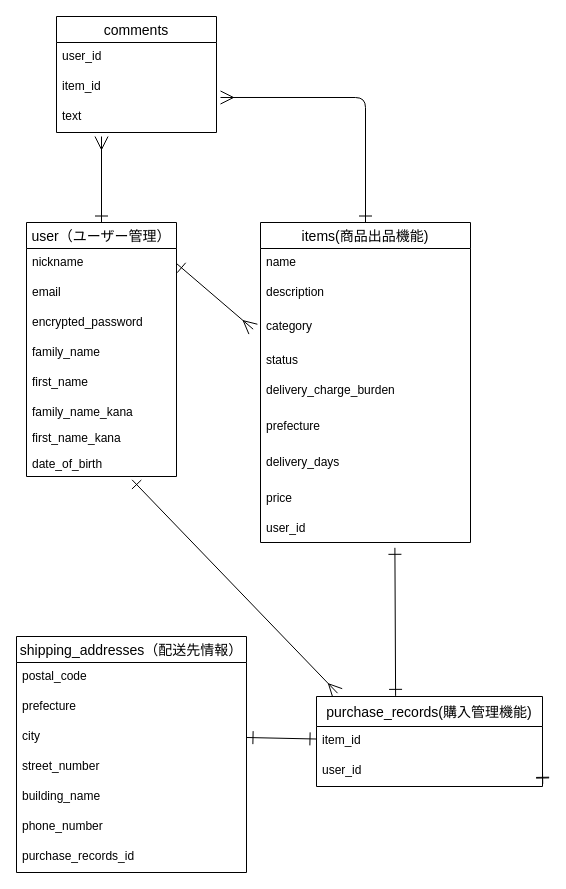
Earlier version of the draw.io diagram datebase.dio (miho0434/furima-38262). Source tidied: cells renumbered, new cells numbered last; positions are measured from the earlier drawing's top-left corner, leaving out a move shared by most shapes. Both pictures are drawn from the tidied source at 100%, with x=0, y=0 at pixel (16, 16).
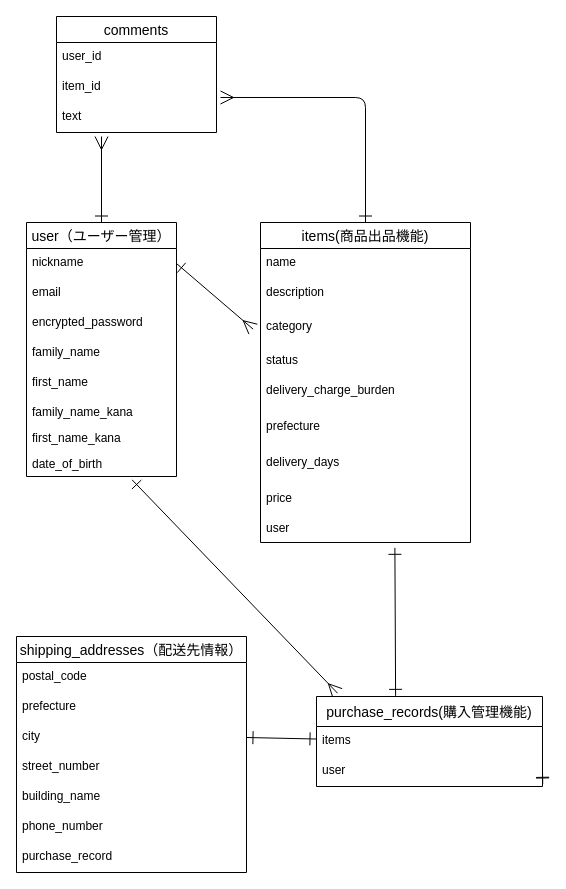
Above is the later version.

Commit message (it also covers changes not shown here):
DB設計・修正３

The change refers to these unchanged cells:
```xml
<mxCell id="16" value="items(商品出品機能)" style="swimlane;fontStyle=0;horizontal=1;startSize=26;align=center;fontSize=14;" parent="1" vertex="1">
  <mxGeometry x="244" y="206" width="210" height="320" as="geometry" />
</mxCell>
<mxCell id="26" value="purchase_records(購入管理機能)" style="swimlane;fontStyle=0;horizontal=1;startSize=30;align=center;fontSize=14;" parent="1" vertex="1">
  <mxGeometry x="300" y="680" width="226" height="90" as="geometry" />
</mxCell>
<mxCell id="34" value="shipping_addresses（配送先情報）" style="swimlane;fontStyle=0;horizontal=1;startSize=26;align=center;fontSize=14;" parent="1" vertex="1">
  <mxGeometry y="620" width="230" height="236" as="geometry" />
</mxCell>
```

The edit, as a diff of the source:
```diff
@@
-    <mxCell id="25" value="user_id" style="text;strokeColor=none;fillColor=none;spacingLeft=4;spacingRight=4;overflow=hidden;points=[[0,0.5],[1,0.5]];portConstraint=eastwest;fontSize=12;" parent="16" vertex="1">
+    <mxCell id="25" value="user" style="text;strokeColor=none;fillColor=none;spacingLeft=4;spacingRight=4;overflow=hidden;points=[[0,0.5],[1,0.5]];portConstraint=eastwest;fontSize=12;" parent="16" vertex="1">
       <mxGeometry y="292" width="210" height="28" as="geometry" />
     </mxCell>
@@
-    <mxCell id="27" value="item_id&#10;" style="text;strokeColor=none;fillColor=none;spacingLeft=4;spacingRight=4;overflow=hidden;fontSize=12;" parent="26" vertex="1">
+    <mxCell id="27" value="items&#10;" style="text;strokeColor=none;fillColor=none;spacingLeft=4;spacingRight=4;overflow=hidden;fontSize=12;" parent="26" vertex="1">
       <mxGeometry y="30" width="226" height="30" as="geometry" />
     </mxCell>
-    <mxCell id="28" value="user_id&#10;" style="text;strokeColor=none;fillColor=none;spacingLeft=4;spacingRight=4;overflow=hidden;points=[[0,0.5],[1,0.5]];portConstraint=eastwest;fontSize=12;" parent="26" vertex="1">
+    <mxCell id="28" value="user" style="text;strokeColor=none;fillColor=none;spacingLeft=4;spacingRight=4;overflow=hidden;points=[[0,0.5],[1,0.5]];portConstraint=eastwest;fontSize=12;" parent="26" vertex="1">
       <mxGeometry y="60" width="226" height="30" as="geometry" />
     </mxCell>
@@
-    <mxCell id="41" value="purchase_records_id&#10;" style="text;strokeColor=none;fillColor=none;spacingLeft=4;spacingRight=4;overflow=hidden;fontSize=12;" parent="34" vertex="1">
+    <mxCell id="41" value="purchase_record&#10;" style="text;strokeColor=none;fillColor=none;spacingLeft=4;spacingRight=4;overflow=hidden;fontSize=12;" parent="34" vertex="1">
       <mxGeometry y="206" width="230" height="30" as="geometry" />
     </mxCell>
```
